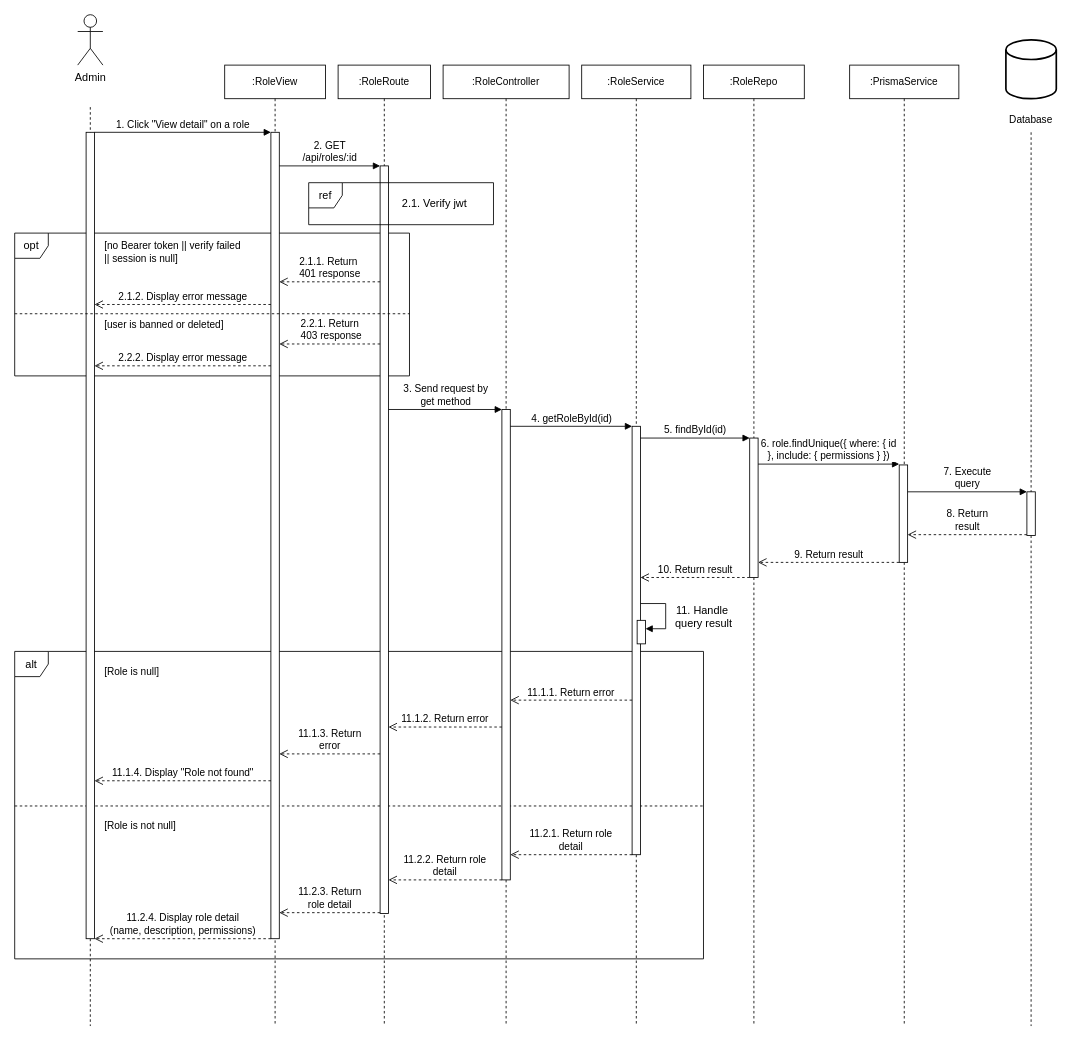
This is sequence-diagrams-remake/tthuan/UC-06_02-view-role-detail.drawio from Thunggg/Frevia, a draw.io file, before an edit. Source tidied: cells renumbered, new cells numbered last; positions are measured from the earlier drawing's top-left corner, leaving out a move shared by most shapes. Both pictures are drawn from the tidied source at 84%, with x=0, y=0 at pixel (14, 14).
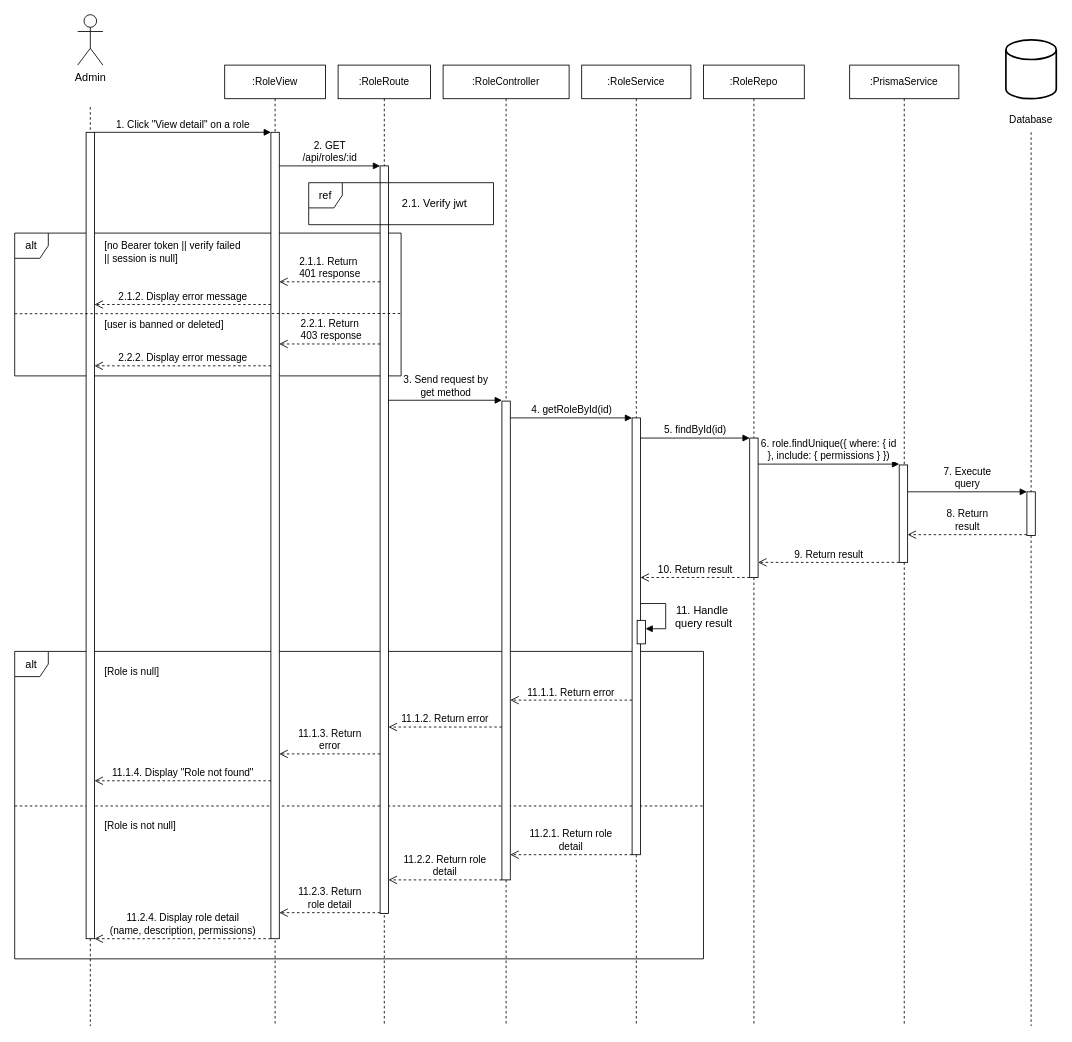
Above is the later version.

Commit message (it also covers changes not shown here):
feat: add sequence diagrams for role management use cases

Change to the diagram source:
```diff
@@
-    <mxCell id="13" value="opt" style="shape=umlFrame;whiteSpace=wrap;html=1;width=40;height=30;fontSize=13;fillColor=none;" parent="1" vertex="1">
-      <mxGeometry y="260" width="470" height="170" as="geometry" />
+    <mxCell id="13" value="alt" style="shape=umlFrame;whiteSpace=wrap;html=1;width=40;height=30;fontSize=13;fillColor=none;" parent="1" vertex="1">
+      <mxGeometry y="260" width="460" height="170" as="geometry" />
     </mxCell>
@@
     <mxCell id="22" style="html=1;perimeter=orthogonalPerimeter;targetShapes=umlLifeline;newEdgeStyle={&quot;curved&quot;:0,&quot;rounded&quot;:0};" parent="1" vertex="1">
-      <mxGeometry x="580" y="470" width="10" height="560" as="geometry" />
+      <mxGeometry x="580" y="460" width="10" height="570" as="geometry" />
     </mxCell>
     <mxCell id="23" style="html=1;perimeter=orthogonalPerimeter;targetShapes=umlLifeline;newEdgeStyle={&quot;curved&quot;:0,&quot;rounded&quot;:0};" parent="1" vertex="1">
-      <mxGeometry x="735" y="490" width="10" height="510" as="geometry" />
+      <mxGeometry x="735" y="480" width="10" height="520" as="geometry" />
     </mxCell>
@@
-    <mxCell id="31" style="endArrow=none;dashed=1;html=1;rounded=0;" parent="1" edge="1">
+    <mxCell id="31" style="endArrow=none;dashed=1;html=1;rounded=0;entryX=0.999;entryY=0.563;entryDx=0;entryDy=0;entryPerimeter=0;" parent="1" edge="1" target="13">
       <mxGeometry relative="1" as="geometry">
         <mxPoint y="356" as="sourcePoint" />
-        <mxPoint x="470" y="356" as="targetPoint" />
       </mxGeometry>
     </mxCell>
@@
     <mxCell id="35" value="3. Send request by&lt;br&gt;get method" style="html=1;verticalAlign=bottom;endArrow=block;curved=0;rounded=0;fontSize=12;" parent="1" edge="1">
       <mxGeometry relative="1" as="geometry">
-        <mxPoint x="445" y="470" as="sourcePoint" />
-        <mxPoint x="580" y="470" as="targetPoint" />
+        <mxPoint x="445" y="459" as="sourcePoint" />
+        <mxPoint x="580" y="459" as="targetPoint" />
       </mxGeometry>
     </mxCell>
     <mxCell id="36" value="4. getRoleById(id)" style="html=1;verticalAlign=bottom;endArrow=block;curved=0;rounded=0;fontSize=12;" parent="1" edge="1">
       <mxGeometry relative="1" as="geometry">
-        <mxPoint x="590" y="490" as="sourcePoint" />
-        <mxPoint x="735" y="490" as="targetPoint" />
+        <mxPoint x="590" y="480" as="sourcePoint" />
+        <mxPoint x="735" y="480" as="targetPoint" />
       </mxGeometry>
     </mxCell>
```
